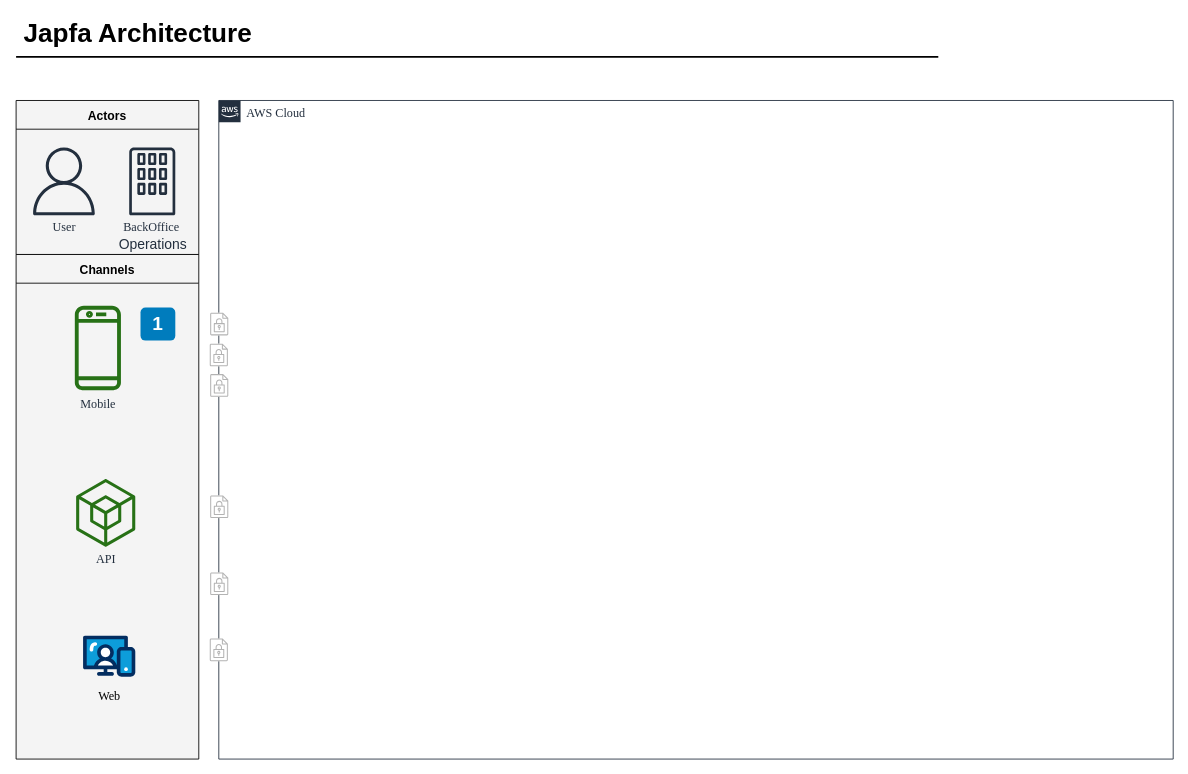
The draw.io diagram Japfa-Architecture-Design.drawio in namanchopra21087/design-documents, before the edit. Source tidied: cells renumbered, new cells numbered last; positions are measured from the earlier drawing's top-left corner, leaving out a move shared by most shapes. Both pictures are drawn from the tidied source at 87%, with x=0, y=0 at pixel (16, 14).
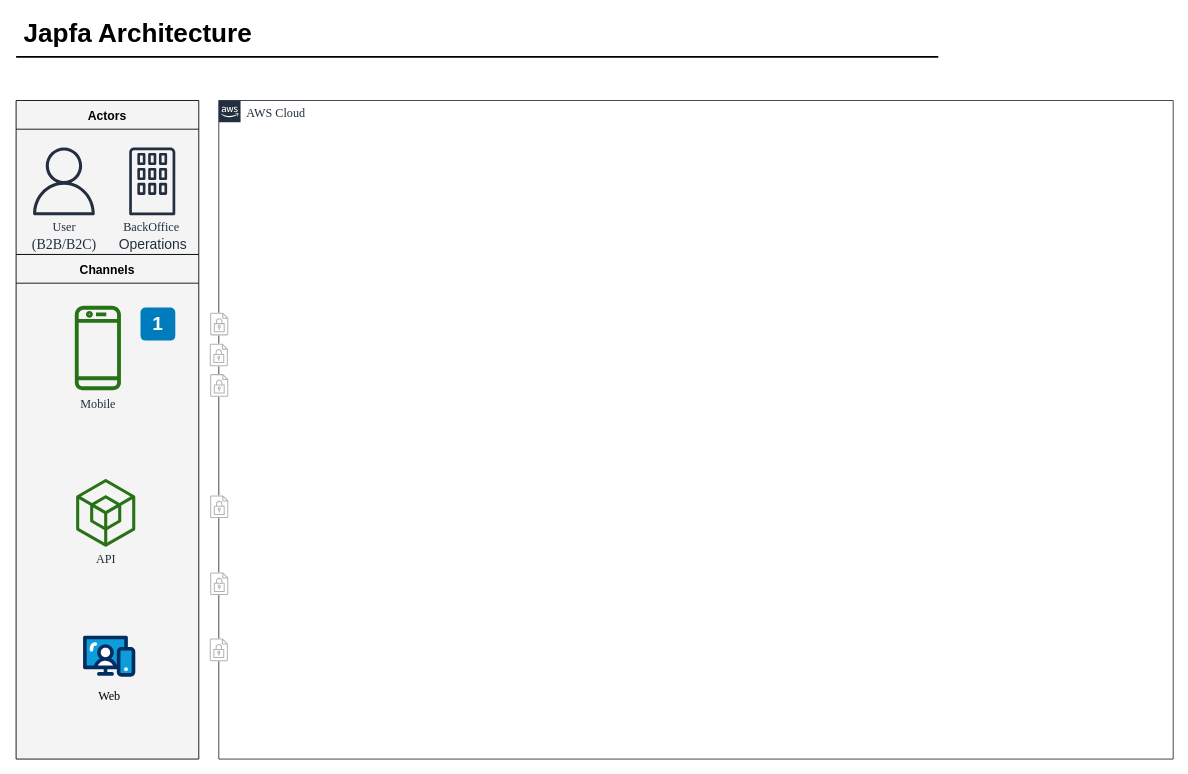
The same diagram, later.

Unchanged cells that the change refers to:
```xml
<mxCell id="5" value="Actors" style="swimlane;fontSize=14;align=center;swimlaneFillColor=#f4f4f4;fillColor=#f4f4f4;startSize=33;" parent="1" vertex="1">
  <mxGeometry y="99" width="210" height="177" as="geometry" />
</mxCell>
```

Change to the diagram source:
```diff
@@
-    <mxCell id="6" value="&lt;font style=&quot;font-size: 14px;&quot; face=&quot;Times New Roman&quot;&gt;User&lt;/font&gt;" style="fontColor=#232F3E;gradientColor=none;fillColor=#232F3E;strokeColor=none;dashed=0;verticalLabelPosition=bottom;verticalAlign=top;align=center;html=1;fontSize=12;fontStyle=0;shape=mxgraph.aws4.user;labelBackgroundColor=none;" parent="5" vertex="1">
+    <mxCell id="6" value="&lt;font style=&quot;font-size: 14px;&quot; face=&quot;Times New Roman&quot;&gt;User&lt;/font&gt;&lt;div&gt;&lt;font size=&quot;3&quot; style=&quot;&quot; face=&quot;Times New Roman&quot;&gt;(B2B/B2C)&lt;/font&gt;&lt;/div&gt;" style="fontColor=#232F3E;gradientColor=none;fillColor=#232F3E;strokeColor=none;dashed=0;verticalLabelPosition=bottom;verticalAlign=top;align=center;html=1;fontSize=12;fontStyle=0;shape=mxgraph.aws4.user;labelBackgroundColor=none;" parent="5" vertex="1">
       <mxGeometry x="16" y="54" width="78" height="78" as="geometry" />
     </mxCell>
```
